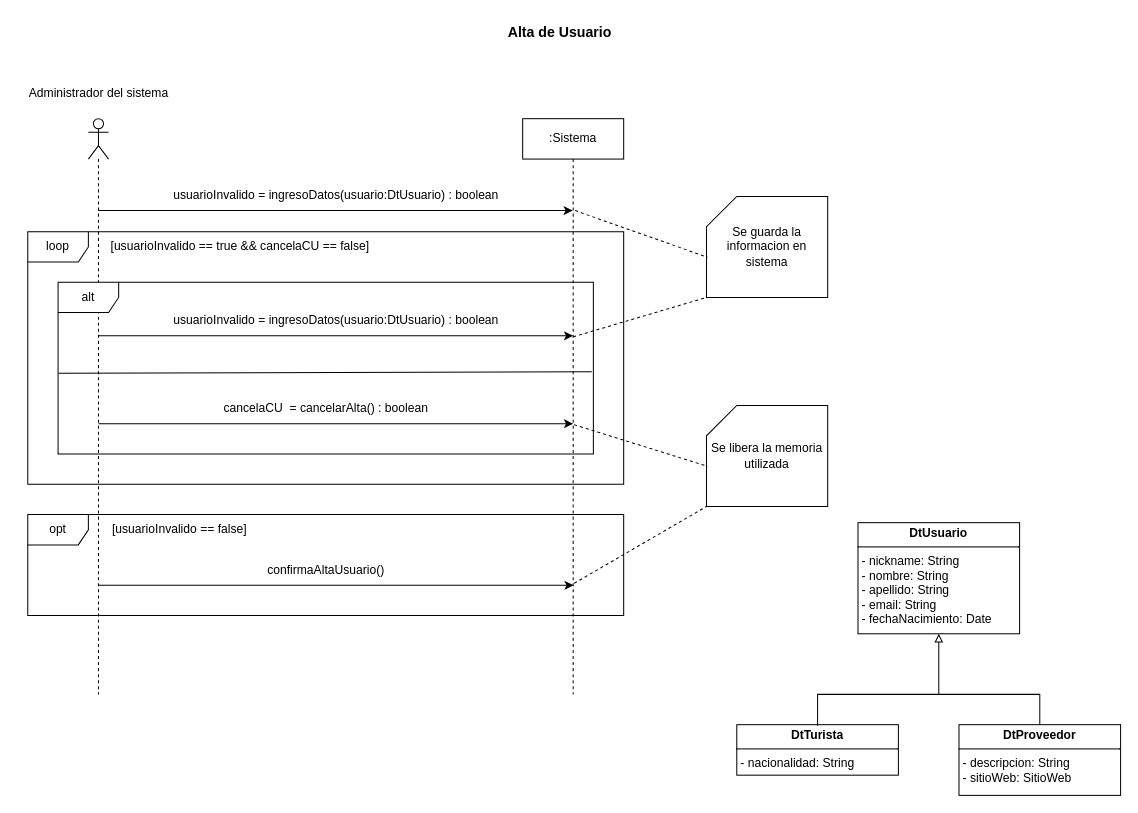
rofernandezm/Tencnoinf_Pap2025_Tarea1 keeps this draw.io diagram as page "CU1_AltaUsuario" (2 of 8) of resources/Tarea1.drawio. Above is the earlier version. Source tidied: cells renumbered, new cells numbered last; positions are measured from the earlier drawing's top-left corner, leaving out a move shared by most shapes. Both pictures are drawn from the tidied source at 101%, with x=0, y=0 at pixel (17, 17).
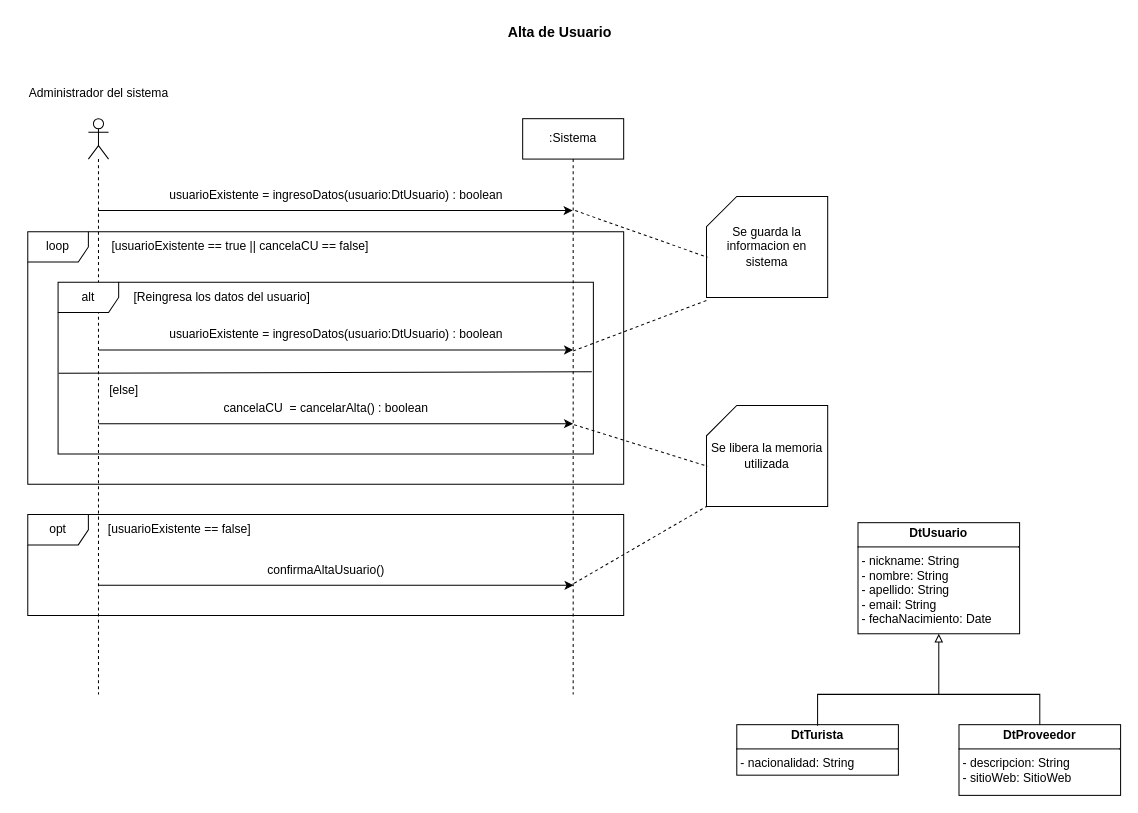
After the change.

Unchanged cells that the change refers to:
```xml
<mxCell id="28" value="Se guarda la informacion en sistema" style="shape=card;whiteSpace=wrap;html=1;" parent="1" vertex="1">
  <mxGeometry x="682" y="177" width="120" height="100" as="geometry" />
</mxCell>
```

What changed in the source:
```diff
@@
-    <mxCell id="12" value="usuarioInvalido = ingresoDatos(usuario:DtUsuario) : boolean" style="text;html=1;align=center;verticalAlign=middle;strokeColor=none;fillColor=none;" parent="1" vertex="1">
+    <mxCell id="12" value="usuarioExistente = ingresoDatos(usuario:DtUsuario) : boolean" style="text;html=1;align=center;verticalAlign=middle;strokeColor=none;fillColor=none;" parent="1" vertex="1">
       <mxGeometry x="140" y="161" width="350" height="30" as="geometry" />
     </mxCell>
@@
-    <mxCell id="14" value="[usuarioInvalido == true &amp;amp;&amp;amp; cancelaCU == false]" style="text;html=1;align=center;verticalAlign=middle;strokeColor=none;fillColor=none;" parent="1" vertex="1">
+    <mxCell id="14" value="[usuarioExistente == true || cancelaCU == false]" style="text;html=1;align=center;verticalAlign=middle;strokeColor=none;fillColor=none;" parent="1" vertex="1">
       <mxGeometry x="80" y="212" width="280" height="30" as="geometry" />
     </mxCell>
@@
     <mxCell id="16" style="endArrow=classic;html=1;rounded=0;" parent="1" edge="1">
       <mxGeometry relative="1" as="geometry">
-        <mxPoint x="80" y="315" as="sourcePoint" />
-        <mxPoint x="549.9" y="315" as="targetPoint" />
+        <mxPoint x="80" y="329" as="sourcePoint" />
+        <mxPoint x="549.9" y="329" as="targetPoint" />
       </mxGeometry>
     </mxCell>
-    <mxCell id="17" value="usuarioInvalido = ingresoDatos(usuario:DtUsuario) : boolean" style="text;html=1;align=center;verticalAlign=middle;strokeColor=none;fillColor=none;" parent="1" vertex="1">
-      <mxGeometry x="140.4" y="285" width="350" height="30" as="geometry" />
+    <mxCell id="17" value="usuarioExistente = ingresoDatos(usuario:DtUsuario) : boolean" style="text;html=1;align=center;verticalAlign=middle;strokeColor=none;fillColor=none;" parent="1" vertex="1">
+      <mxGeometry x="140.4" y="299" width="350" height="30" as="geometry" />
     </mxCell>
@@
-    <mxCell id="24" value="[usuarioInvalido == false]" style="text;html=1;align=center;verticalAlign=middle;strokeColor=none;fillColor=none;" parent="1" vertex="1">
+    <mxCell id="24" value="[usuarioExistente == false]" style="text;html=1;align=center;verticalAlign=middle;strokeColor=none;fillColor=none;" parent="1" vertex="1">
       <mxGeometry x="80" y="492" width="160" height="30" as="geometry" />
     </mxCell>
@@
-    <mxCell id="30" style="endArrow=none;html=1;rounded=0;entryX=0;entryY=1;entryDx=0;entryDy=0;entryPerimeter=0;dashed=1;" parent="1" edge="1" target="28">
+    <mxCell id="30" style="endArrow=none;html=1;rounded=0;dashed=1;" parent="1" edge="1">
       <mxGeometry relative="1" as="geometry">
-        <mxPoint x="550" y="316" as="sourcePoint" />
+        <mxPoint x="550" y="330" as="sourcePoint" />
+        <mxPoint x="682" y="280" as="targetPoint" />
       </mxGeometry>
     </mxCell>
+    <mxCell id="31" value="[Reingresa los datos del usuario]" style="text;html=1;align=center;verticalAlign=middle;strokeColor=none;fillColor=none;" parent="1" vertex="1">
+      <mxGeometry x="102" y="262" width="200" height="30" as="geometry" />
+    </mxCell>
+    <mxCell id="32" value="[else]" style="text;html=1;align=center;verticalAlign=middle;strokeColor=none;fillColor=none;" parent="1" vertex="1">
+      <mxGeometry x="80" y="354" width="50" height="30" as="geometry" />
+    </mxCell>
```
